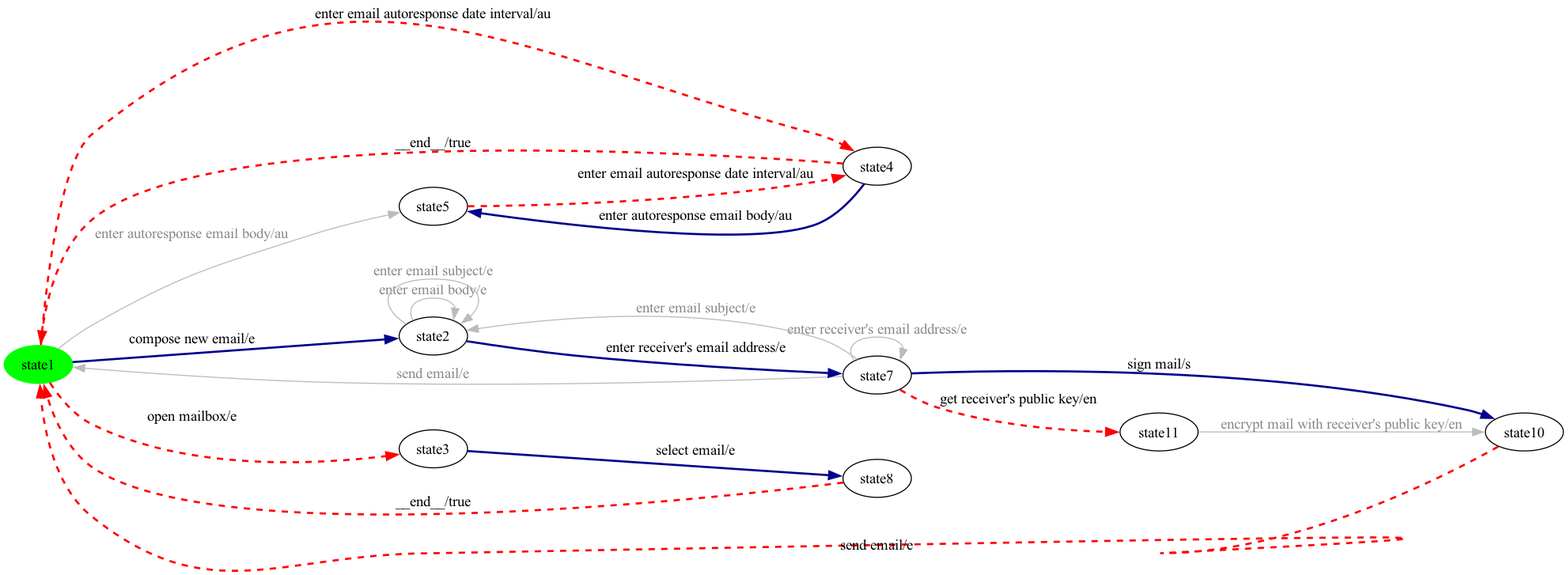
The Graphviz diagram milestone-reports/per-product-all-states/eMail/eMail-product6-walk.png in dilekozturk93/vibes, before a commit. Its source is kept beside it as milestone-reports/per-product-all-states/eMail/eMail-product6-walk.dot. Its diagram source:
```dot
digraph G {
rankdir=LR;
state0[ label = "state1", style=filled, color=green ];
state1 [ label = "state5" ];
state2 [ label = "state8" ];
state3 [ label = "state11" ];
state4 [ label = "state10" ];
state5 [ label = "state7" ];
state6 [ label = "state2" ];
state7 [ label = "state4" ];
state8 [ label = "state3" ];
state5 -> state0 [ label=" send email/e ", color="#bbbbbb", fontcolor="#888888" ];
state7 -> state1 [ label=" enter autoresponse email body/au ", style=bold, color=darkblue, penwidth=2 ];
state5 -> state3 [ label=" get receiver's public key/en ", style=dashed, color=red, penwidth=2 ];
state3 -> state4 [ label=" encrypt mail with receiver's public key/en ", color="#bbbbbb", fontcolor="#888888" ];
state8 -> state2 [ label=" select email/e ", style=bold, color=darkblue, penwidth=2 ];
state1 -> state7 [ label=" enter email autoresponse date interval/au ", style=dashed, color=red, penwidth=2 ];
state5 -> state4 [ label=" sign mail/s ", style=bold, color=darkblue, penwidth=2 ];
state6 -> state5 [ label=" enter receiver's email address/e ", style=bold, color=darkblue, penwidth=2 ];
state5 -> state6 [ label=" enter email subject/e ", color="#bbbbbb", fontcolor="#888888" ];
state0 -> state7 [ label=" enter email autoresponse date interval/au ", style=dashed, color=red, penwidth=2 ];
state0 -> state1 [ label=" enter autoresponse email body/au ", color="#bbbbbb", fontcolor="#888888" ];
state7 -> state0 [ label=" __end__/true ", style=dashed, color=red, penwidth=2 ];
state2 -> state0 [ label=" __end__/true ", style=dashed, color=red, penwidth=2 ];
state0 -> state8 [ label=" open mailbox/e ", style=dashed, color=red, penwidth=2 ];
state0 -> state6 [ label=" compose new email/e ", style=bold, color=darkblue, penwidth=2 ];
state6 -> state6 [ label=" enter email body/e ", color="#bbbbbb", fontcolor="#888888" ];
state6 -> state6 [ label=" enter email subject/e ", color="#bbbbbb", fontcolor="#888888" ];
state4 -> state0 [ label=" send email/e ", style=dashed, color=red, penwidth=2 ];
state5 -> state5 [ label=" enter receiver's email address/e ", color="#bbbbbb", fontcolor="#888888" ];
}
```
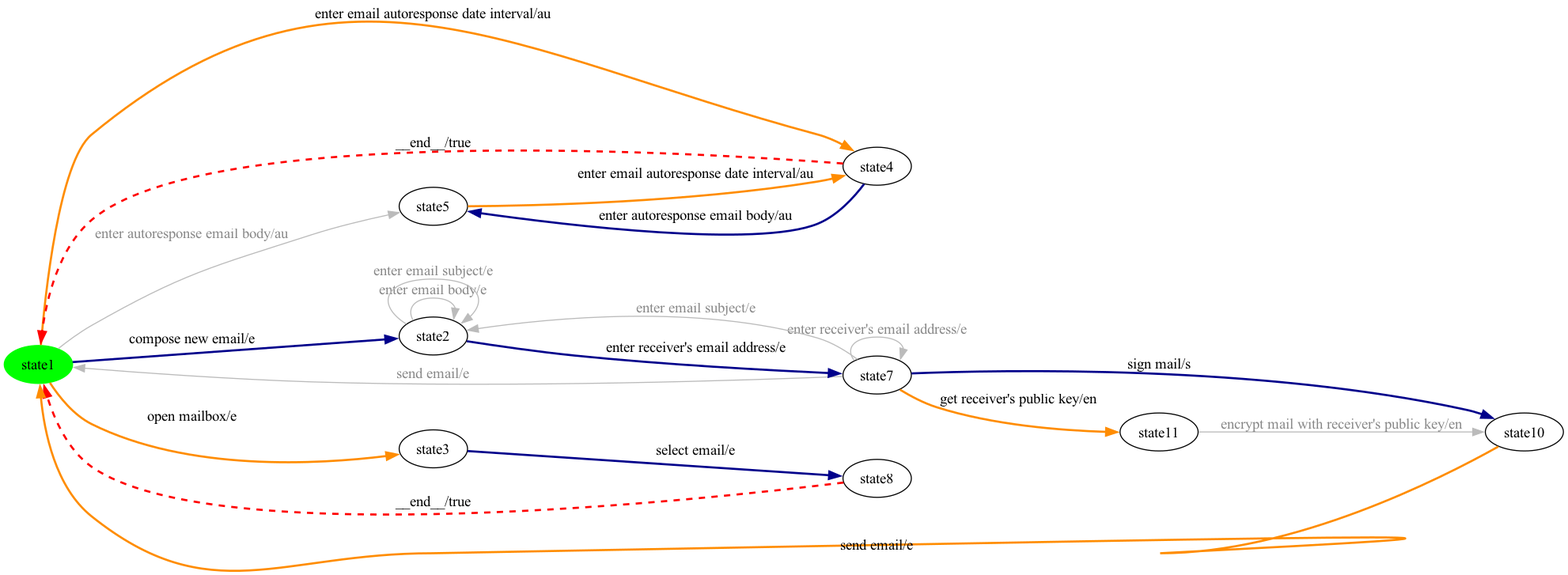
Above is the later version.

What changed in the source:
```diff
@@ -11,21 +11,21 @@
 state8 [ label = "state3" ];
 state5 -> state0 [ label=" send email/e ", color="#bbbbbb", fontcolor="#888888" ];
 state7 -> state1 [ label=" enter autoresponse email body/au ", style=bold, color=darkblue, penwidth=2 ];
-state5 -> state3 [ label=" get receiver's public key/en ", style=dashed, color=red, penwidth=2 ];
+state5 -> state3 [ label=" get receiver's public key/en ", style=bold, color=darkorange, penwidth=2 ];
 state3 -> state4 [ label=" encrypt mail with receiver's public key/en ", color="#bbbbbb", fontcolor="#888888" ];
 state8 -> state2 [ label=" select email/e ", style=bold, color=darkblue, penwidth=2 ];
-state1 -> state7 [ label=" enter email autoresponse date interval/au ", style=dashed, color=red, penwidth=2 ];
+state1 -> state7 [ label=" enter email autoresponse date interval/au ", style=bold, color=darkorange, penwidth=2 ];
 state5 -> state4 [ label=" sign mail/s ", style=bold, color=darkblue, penwidth=2 ];
 state6 -> state5 [ label=" enter receiver's email address/e ", style=bold, color=darkblue, penwidth=2 ];
 state5 -> state6 [ label=" enter email subject/e ", color="#bbbbbb", fontcolor="#888888" ];
-state0 -> state7 [ label=" enter email autoresponse date interval/au ", style=dashed, color=red, penwidth=2 ];
+state0 -> state7 [ label=" enter email autoresponse date interval/au ", style=bold, color=darkorange, penwidth=2 ];
 state0 -> state1 [ label=" enter autoresponse email body/au ", color="#bbbbbb", fontcolor="#888888" ];
 state7 -> state0 [ label=" __end__/true ", style=dashed, color=red, penwidth=2 ];
 state2 -> state0 [ label=" __end__/true ", style=dashed, color=red, penwidth=2 ];
-state0 -> state8 [ label=" open mailbox/e ", style=dashed, color=red, penwidth=2 ];
+state0 -> state8 [ label=" open mailbox/e ", style=bold, color=darkorange, penwidth=2 ];
 state0 -> state6 [ label=" compose new email/e ", style=bold, color=darkblue, penwidth=2 ];
 state6 -> state6 [ label=" enter email body/e ", color="#bbbbbb", fontcolor="#888888" ];
 state6 -> state6 [ label=" enter email subject/e ", color="#bbbbbb", fontcolor="#888888" ];
-state4 -> state0 [ label=" send email/e ", style=dashed, color=red, penwidth=2 ];
+state4 -> state0 [ label=" send email/e ", style=bold, color=darkorange, penwidth=2 ];
 state5 -> state5 [ label=" enter receiver's email address/e ", color="#bbbbbb", fontcolor="#888888" ];
 }
```
